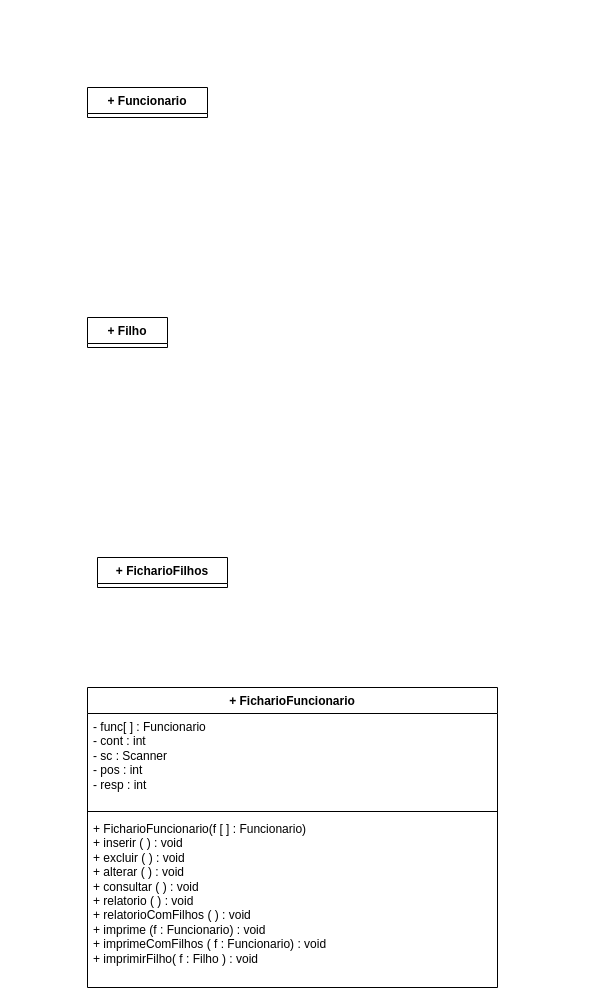
Before: Análise e Projetos Orientados a Objetos/Lista02/Ex02/Lista02Ex02.drawio in Krittz/IFTM-ADS, a draw.io diagram. Source tidied: cells renumbered, new cells numbered last; positions are measured from the earlier drawing's top-left corner, leaving out a move shared by most shapes. Both pictures are drawn from the tidied source at 100%, with x=0, y=0 at pixel (87, 87).
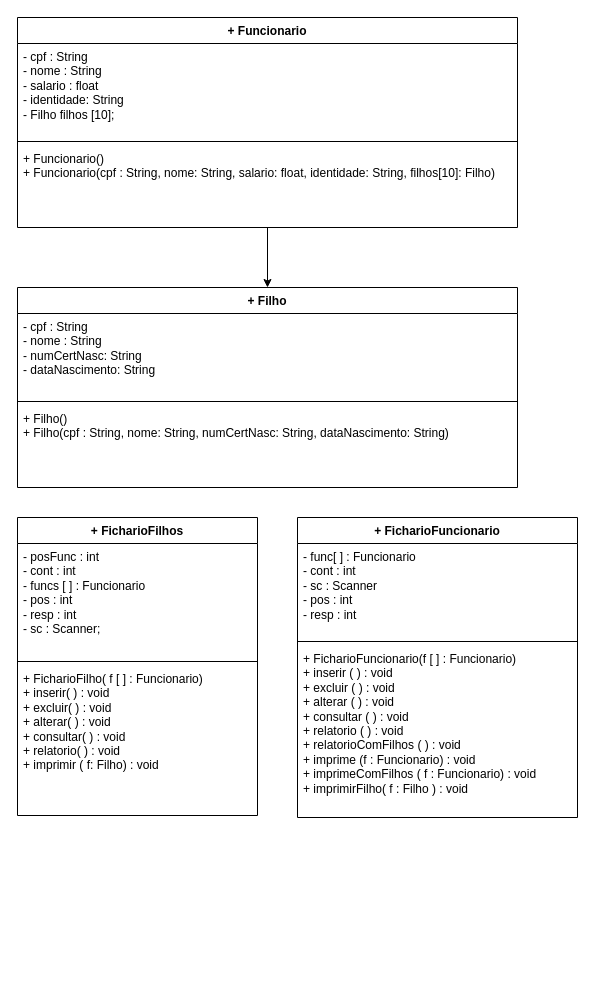
The same page after the edit.

The edit, as a diff of the source:
```diff
@@
 <mxGraphModel>
   <root>
     <mxCell id="0" />
     <mxCell id="1" parent="0" />
+    <mxCell id="9" style="edgeStyle=orthogonalEdgeStyle;rounded=0;jettySize=auto;html=1;entryX=0.5;entryY=0;entryDx=0;entryDy=0;" parent="1" edge="1" source="2" target="3">
+      <mxGeometry relative="1" as="geometry" />
+    </mxCell>
-    <mxCell id="2" value="+ Funcionario" style="swimlane;fontStyle=1;align=center;verticalAlign=top;horizontal=1;startSize=26;whiteSpace=wrap;html=1;" parent="1" vertex="1" collapsed="1">
-      <mxGeometry width="120" height="30" as="geometry" />
+    <mxCell id="2" value="+ Funcionario" style="swimlane;fontStyle=1;align=center;verticalAlign=top;horizontal=1;startSize=26;whiteSpace=wrap;html=1;" parent="1" vertex="1">
+      <mxGeometry x="-70" y="-70" width="500" height="210" as="geometry" />
     </mxCell>
+    <mxCell id="10" value="- cpf : String&lt;br&gt;- nome : String&lt;br&gt;- salario : float&lt;br&gt;- identidade: String&lt;br&gt;- Filho filhos [10];&amp;nbsp;" style="text;strokeColor=none;fillColor=none;align=left;verticalAlign=top;spacingLeft=4;spacingRight=4;overflow=hidden;whiteSpace=wrap;html=1;" parent="2" vertex="1">
+      <mxGeometry y="26" width="500" height="94" as="geometry" />
+    </mxCell>
+    <mxCell id="11" style="line;strokeWidth=1;fillColor=none;align=left;verticalAlign=middle;spacingTop=-1;spacingLeft=3;spacingRight=3;labelPosition=right;strokeColor=inherit;" parent="2" vertex="1">
+      <mxGeometry y="120" width="500" height="8" as="geometry" />
+    </mxCell>
+    <mxCell id="12" value="+ Funcionario()&lt;br&gt;+ Funcionario(cpf : String, nome: String, salario: float, identidade: String, filhos[10]: Filho)" style="text;strokeColor=none;fillColor=none;align=left;verticalAlign=top;spacingLeft=4;spacingRight=4;overflow=hidden;whiteSpace=wrap;html=1;" parent="2" vertex="1">
+      <mxGeometry y="128" width="500" height="82" as="geometry" />
+    </mxCell>
-    <mxCell id="3" value="+ Filho" style="swimlane;fontStyle=1;align=center;verticalAlign=top;horizontal=1;startSize=26;whiteSpace=wrap;html=1;" parent="1" vertex="1" collapsed="1">
-      <mxGeometry y="230" width="80" height="30" as="geometry" />
+    <mxCell id="3" value="+ Filho" style="swimlane;fontStyle=1;align=center;verticalAlign=top;horizontal=1;startSize=26;whiteSpace=wrap;html=1;" parent="1" vertex="1">
+      <mxGeometry x="-70" y="200" width="500" height="200" as="geometry" />
     </mxCell>
+    <mxCell id="13" value="- cpf : String&lt;br&gt;- nome : String&lt;br&gt;- numCertNasc: String&lt;br&gt;- dataNascimento: String&amp;nbsp;" style="text;strokeColor=none;fillColor=none;align=left;verticalAlign=top;spacingLeft=4;spacingRight=4;overflow=hidden;whiteSpace=wrap;html=1;" parent="3" vertex="1">
+      <mxGeometry y="26" width="500" height="84" as="geometry" />
+    </mxCell>
+    <mxCell id="14" style="line;strokeWidth=1;fillColor=none;align=left;verticalAlign=middle;spacingTop=-1;spacingLeft=3;spacingRight=3;labelPosition=right;strokeColor=inherit;" parent="3" vertex="1">
+      <mxGeometry y="110" width="500" height="8" as="geometry" />
+    </mxCell>
+    <mxCell id="15" value="+ Filho()&lt;br&gt;+ Filho(cpf : String, nome: String, numCertNasc: String, dataNascimento: String)&lt;br&gt;" style="text;strokeColor=none;fillColor=none;align=left;verticalAlign=top;spacingLeft=4;spacingRight=4;overflow=hidden;whiteSpace=wrap;html=1;" parent="3" vertex="1">
+      <mxGeometry y="118" width="500" height="82" as="geometry" />
+    </mxCell>
-    <mxCell id="4" value="+ FicharioFilhos" style="swimlane;fontStyle=1;align=center;verticalAlign=top;horizontal=1;startSize=26;whiteSpace=wrap;html=1;" parent="1" vertex="1" collapsed="1">
-      <mxGeometry x="10" y="470" width="130" height="30" as="geometry" />
+    <mxCell id="4" value="+ FicharioFilhos" style="swimlane;fontStyle=1;align=center;verticalAlign=top;horizontal=1;startSize=26;whiteSpace=wrap;html=1;" parent="1" vertex="1">
+      <mxGeometry x="-70" y="430" width="240" height="298" as="geometry" />
     </mxCell>
+    <mxCell id="16" value="- posFunc : int&lt;br&gt;- cont : int&lt;br&gt;- funcs [ ] : Funcionario&lt;br&gt;- pos : int&lt;br&gt;- resp : int&amp;nbsp;&lt;br&gt;- sc : Scanner;" style="text;strokeColor=none;fillColor=none;align=left;verticalAlign=top;spacingLeft=4;spacingRight=4;overflow=hidden;whiteSpace=wrap;html=1;" parent="4" vertex="1">
+      <mxGeometry y="26" width="240" height="114" as="geometry" />
+    </mxCell>
+    <mxCell id="17" style="line;strokeWidth=1;fillColor=none;align=left;verticalAlign=middle;spacingTop=-1;spacingLeft=3;spacingRight=3;labelPosition=right;strokeColor=inherit;" parent="4" vertex="1">
+      <mxGeometry y="140" width="240" height="8" as="geometry" />
+    </mxCell>
+    <mxCell id="18" value="+ FicharioFilho( f [ ] : Funcionario)&lt;br&gt;+ inserir( ) : void&lt;br&gt;+ excluir( ) : void&lt;br&gt;+ alterar( ) : void&lt;br&gt;+ consultar( ) : void&lt;br&gt;+ relatorio( ) : void&lt;br&gt;+ imprimir ( f: Filho) : void" style="text;strokeColor=none;fillColor=none;align=left;verticalAlign=top;spacingLeft=4;spacingRight=4;overflow=hidden;whiteSpace=wrap;html=1;" parent="4" vertex="1">
+      <mxGeometry y="148" width="240" height="150" as="geometry" />
+    </mxCell>
     <mxCell id="5" value="+ FicharioFuncionario" style="swimlane;fontStyle=1;align=center;verticalAlign=top;horizontal=1;startSize=26;whiteSpace=wrap;html=1;" parent="1" vertex="1">
-      <mxGeometry y="600" width="410" height="300" as="geometry" />
+      <mxGeometry x="210" y="430" width="280" height="300" as="geometry" />
     </mxCell>
     <mxCell id="6" value="- func[ ] : Funcionario&lt;br&gt;- cont : int&lt;br&gt;- sc : Scanner&lt;br&gt;- pos : int&lt;br&gt;- resp : int&lt;br&gt;&lt;br&gt;" style="text;strokeColor=none;fillColor=none;align=left;verticalAlign=top;spacingLeft=4;spacingRight=4;overflow=hidden;whiteSpace=wrap;html=1;" parent="5" vertex="1">
-      <mxGeometry y="26" width="410" height="94" as="geometry" />
+      <mxGeometry y="26" width="280" height="94" as="geometry" />
     </mxCell>
     <mxCell id="7" style="line;strokeWidth=1;fillColor=none;align=left;verticalAlign=middle;spacingTop=-1;spacingLeft=3;spacingRight=3;labelPosition=right;strokeColor=inherit;" parent="5" vertex="1">
-      <mxGeometry y="120" width="410" height="8" as="geometry" />
+      <mxGeometry y="120" width="280" height="8" as="geometry" />
     </mxCell>
     <mxCell id="8" value="+ FicharioFuncionario(f [ ] : Funcionario)&lt;br&gt;+ inserir ( ) : void&lt;br&gt;+ excluir ( ) : void&lt;br&gt;+ alterar ( ) : void&lt;br&gt;+ consultar ( ) : void&lt;br&gt;+ relatorio ( ) : void&lt;br&gt;+ relatorioComFilhos ( ) : void&lt;br&gt;+ imprime (f : Funcionario) : void&lt;br&gt;+ imprimeComFilhos ( f : Funcionario) : void&lt;br&gt;+ imprimirFilho( f : Filho ) : void&lt;br&gt;&amp;nbsp;" style="text;strokeColor=none;fillColor=none;align=left;verticalAlign=top;spacingLeft=4;spacingRight=4;overflow=hidden;whiteSpace=wrap;html=1;" parent="5" vertex="1">
-      <mxGeometry y="128" width="410" height="172" as="geometry" />
+      <mxGeometry y="128" width="280" height="172" as="geometry" />
     </mxCell>
   </root>
 </mxGraphModel>
```
